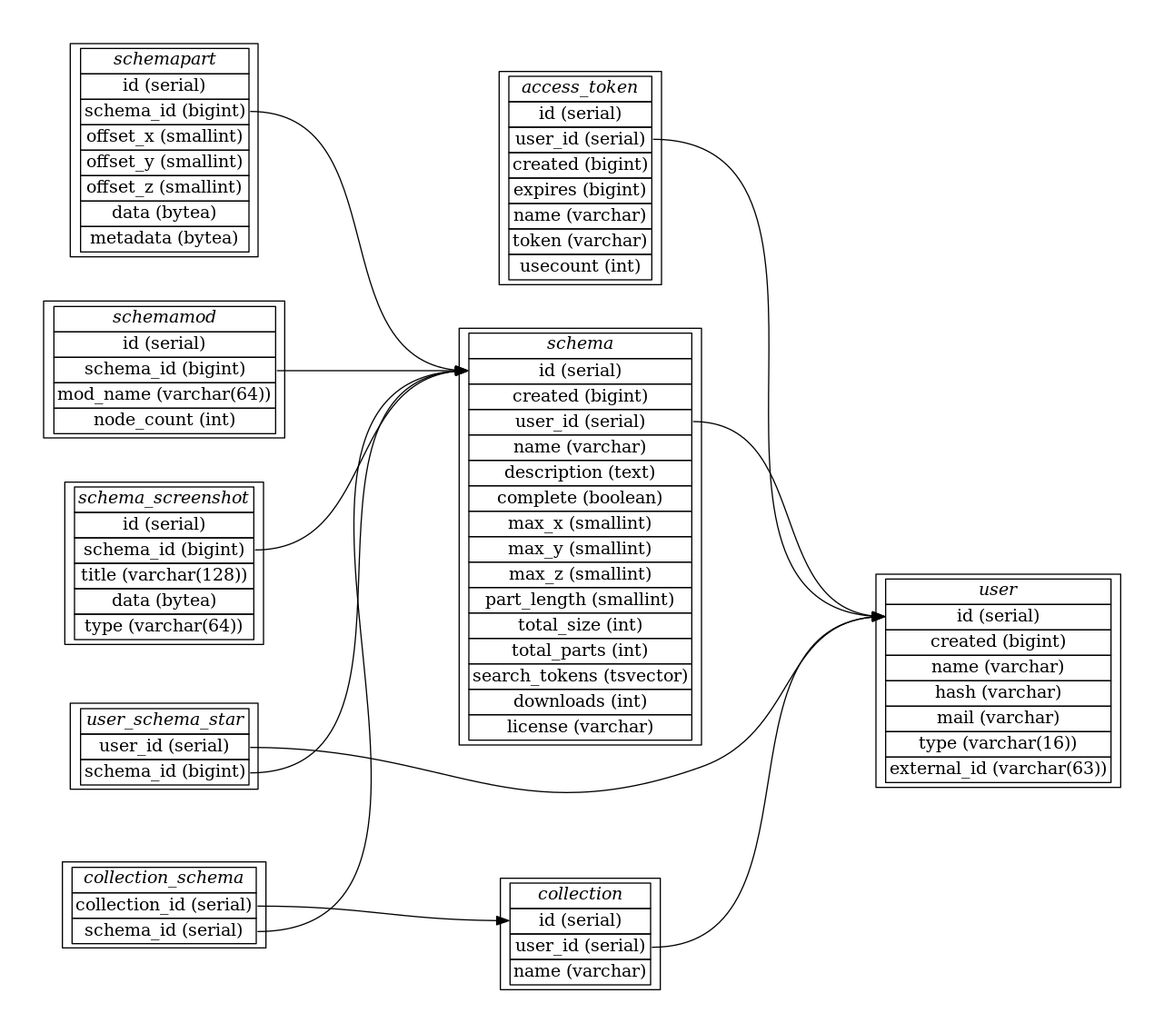
Above: doc/database.png in blockexchange/blockexchange_server (Graphviz), before the change. Its source is kept beside it as doc/database.dot.
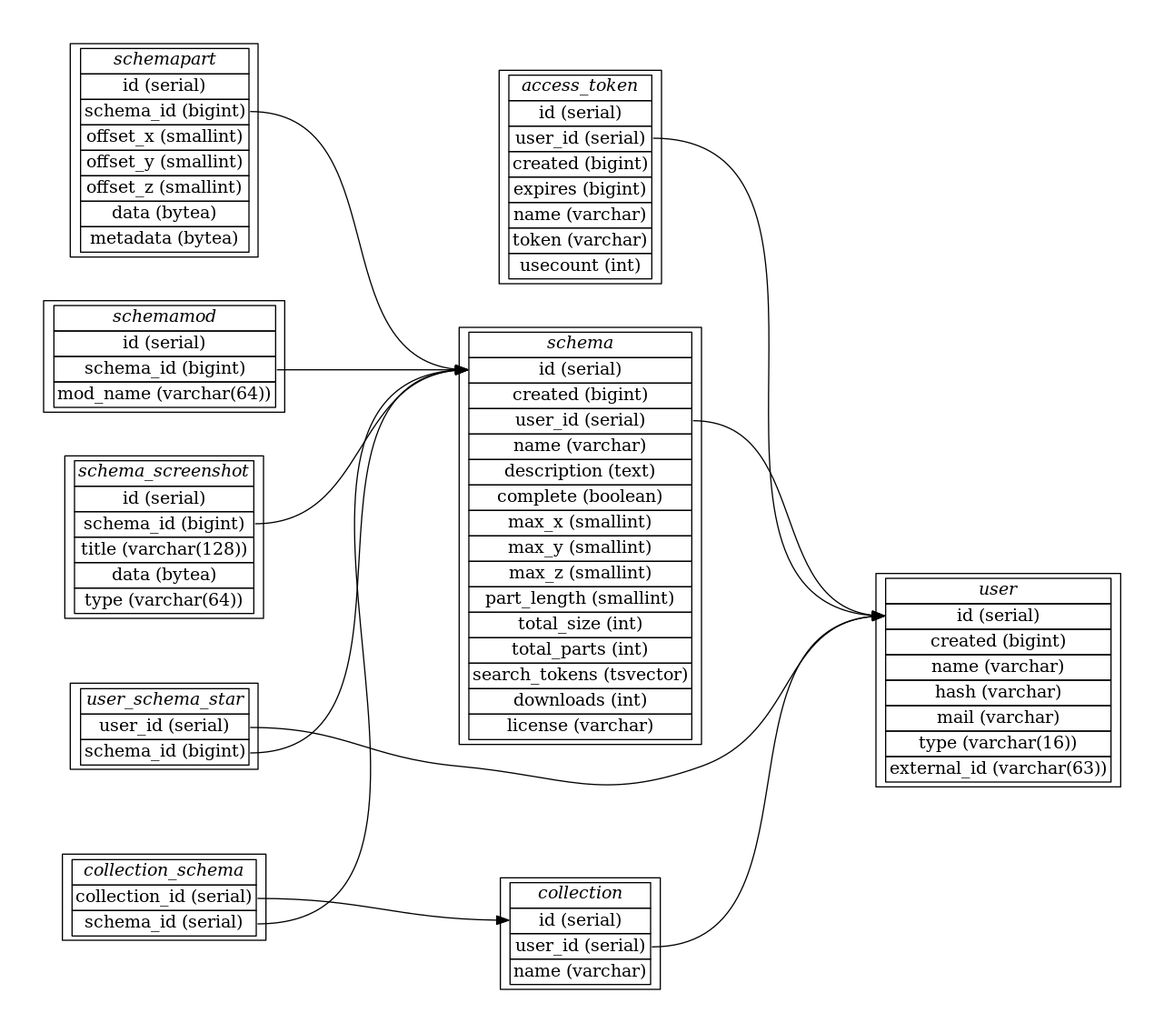
Later version of the same file.

Change to the diagram source:
```diff
@@ -66,7 +66,6 @@
 	  <tr><td port="29">id (serial)</td></tr>
 	  <tr><td port="30">schema_id (bigint)</td></tr>
 	  <tr><td port="31">mod_name (varchar(64))</td></tr>
-	  <tr><td port="32">node_count (int)</td></tr>
 	</table>>];
 
 	user_schema_star [label=<
```
